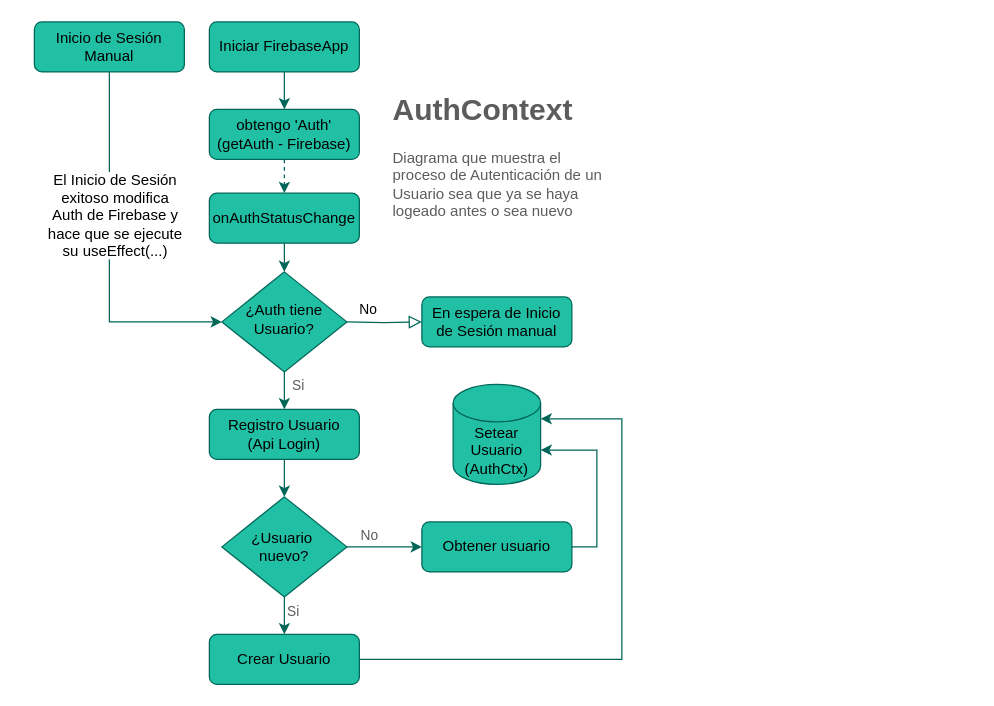
The draw.io diagram Auth Process.drawio in ariel0000/bar-app-diagrams, before the edit. Source tidied: cells renumbered, new cells numbered last; positions are measured from the earlier drawing's top-left corner, leaving out a move shared by most shapes. Both pictures are drawn from the tidied source at 125%, with x=0, y=0 at pixel (34, 21).
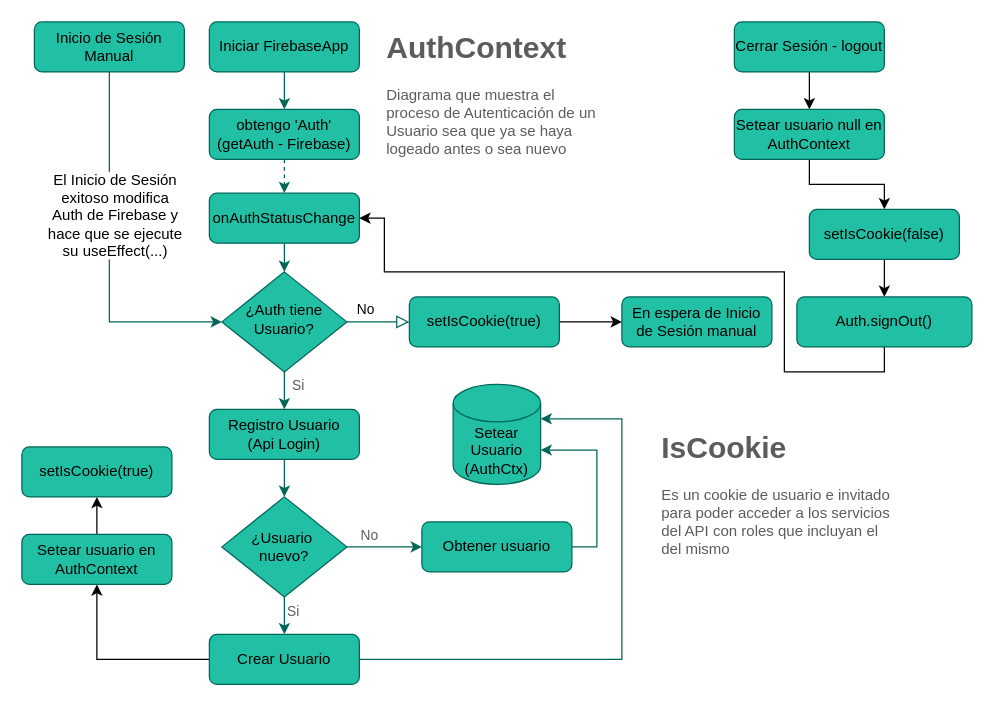
The same page after the edit.

The change refers to these unchanged cells:
```xml
<mxCell id="8" value="¿Auth tiene Usuario?" style="rhombus;whiteSpace=wrap;html=1;shadow=0;fontFamily=Helvetica;fontSize=12;align=center;strokeWidth=1;spacing=6;spacingTop=-4;labelBackgroundColor=none;fillColor=#21C0A5;strokeColor=#006658;fontColor=default;" parent="1" vertex="1">
  <mxGeometry x="150" y="200" width="100" height="80" as="geometry" />
</mxCell>
<mxCell id="20" value="Crear Usuario" style="rounded=1;whiteSpace=wrap;html=1;fontSize=12;glass=0;strokeWidth=1;shadow=0;labelBackgroundColor=none;fillColor=#21C0A5;strokeColor=#006658;fontColor=default;" parent="1" vertex="1">
  <mxGeometry x="140" y="490" width="120" height="40" as="geometry" />
</mxCell>
<mxCell id="26" value="onAuthStatusChange" style="rounded=1;whiteSpace=wrap;html=1;fontSize=12;glass=0;strokeWidth=1;shadow=0;labelBackgroundColor=none;fillColor=#21C0A5;strokeColor=#006658;fontColor=default;" parent="1" vertex="1">
  <mxGeometry x="140" y="137" width="120" height="40" as="geometry" />
</mxCell>
```

What changed in the source:
```diff
@@
-    <mxCell id="5" value="No" style="edgeStyle=orthogonalEdgeStyle;rounded=0;html=1;jettySize=auto;fontSize=11;endArrow=block;endFill=0;endSize=8;strokeWidth=1;shadow=0;labelBackgroundColor=none;entryX=0;entryY=0.5;entryDx=0;entryDy=0;strokeColor=#006658;fontColor=default;" parent="1" edge="1" target="9">
-      <mxGeometry x="-0.4" y="10" relative="1" as="geometry">
-        <mxPoint x="249" y="240" as="sourcePoint" />
-      </mxGeometry>
+    <mxCell id="5" value="No" style="edgeStyle=orthogonalEdgeStyle;rounded=0;html=1;jettySize=auto;fontSize=11;endArrow=block;endFill=0;endSize=8;strokeWidth=1;shadow=0;labelBackgroundColor=none;strokeColor=#006658;fontColor=default;exitX=1;exitY=0.5;exitDx=0;exitDy=0;entryX=0;entryY=0.5;entryDx=0;entryDy=0;" parent="1" edge="1" source="8" target="31">
+      <mxGeometry x="-0.4" y="10" relative="1" as="geometry" />
     </mxCell>
@@
     <mxCell id="9" value="En espera de Inicio de Sesión manual" style="rounded=1;whiteSpace=wrap;html=1;fontSize=12;glass=0;strokeWidth=1;shadow=0;labelBackgroundColor=none;fillColor=#21C0A5;strokeColor=#006658;fontColor=default;" parent="1" vertex="1">
-      <mxGeometry x="310" y="220" width="120" height="40" as="geometry" />
+      <mxGeometry x="470" y="220" width="120" height="40" as="geometry" />
     </mxCell>
     <mxCell id="10" value="&lt;h1 style=&quot;margin-top: 0px;&quot;&gt;AuthContext&lt;/h1&gt;&lt;p&gt;Diagrama que muestra el proceso de Autenticación de un Usuario sea que ya se haya logeado antes o sea nuevo&lt;/p&gt;" style="text;html=1;whiteSpace=wrap;overflow=hidden;rounded=0;labelBackgroundColor=none;fontColor=#5C5C5C;" parent="1" vertex="1">
-      <mxGeometry x="285" y="50" width="180" height="120" as="geometry" />
+      <mxGeometry x="280" width="180" height="120" as="geometry" />
     </mxCell>
@@
+    <mxCell id="29" style="edgeStyle=orthogonalEdgeStyle;rounded=0;jettySize=auto;html=1;exitX=0;exitY=0.5;exitDx=0;exitDy=0;entryX=0.5;entryY=1;entryDx=0;entryDy=0;" parent="1" edge="1" source="20" target="35">
+      <mxGeometry relative="1" as="geometry" />
+    </mxCell>
@@
+    <mxCell id="30" style="edgeStyle=orthogonalEdgeStyle;rounded=0;jettySize=auto;html=1;exitX=1;exitY=0.5;exitDx=0;exitDy=0;entryX=0;entryY=0.5;entryDx=0;entryDy=0;" parent="1" edge="1" source="31" target="9">
+      <mxGeometry relative="1" as="geometry" />
+    </mxCell>
+    <mxCell id="31" value="setIsCookie(true)" style="rounded=1;whiteSpace=wrap;html=1;fontSize=12;glass=0;strokeWidth=1;shadow=0;labelBackgroundColor=none;fillColor=#21C0A5;strokeColor=#006658;fontColor=default;" parent="1" vertex="1">
+      <mxGeometry x="300" y="220" width="120" height="40" as="geometry" />
+    </mxCell>
+    <mxCell id="32" style="edgeStyle=orthogonalEdgeStyle;rounded=0;jettySize=auto;html=1;exitX=0.5;exitY=1;exitDx=0;exitDy=0;entryX=0.5;entryY=0;entryDx=0;entryDy=0;" parent="1" edge="1" source="33" target="37">
+      <mxGeometry relative="1" as="geometry" />
+    </mxCell>
+    <mxCell id="33" value="Cerrar Sesión - logout" style="rounded=1;whiteSpace=wrap;html=1;fontSize=12;glass=0;strokeWidth=1;shadow=0;labelBackgroundColor=none;fillColor=#21C0A5;strokeColor=#006658;fontColor=default;" parent="1" vertex="1">
+      <mxGeometry x="560" width="120" height="40" as="geometry" />
+    </mxCell>
+    <mxCell id="34" style="edgeStyle=orthogonalEdgeStyle;rounded=0;jettySize=auto;html=1;exitX=0.5;exitY=0;exitDx=0;exitDy=0;entryX=0.5;entryY=1;entryDx=0;entryDy=0;" parent="1" edge="1" source="35" target="42">
+      <mxGeometry relative="1" as="geometry" />
+    </mxCell>
+    <mxCell id="35" value="Setear usuario en AuthContext" style="rounded=1;whiteSpace=wrap;html=1;fontSize=12;glass=0;strokeWidth=1;shadow=0;labelBackgroundColor=none;fillColor=#21C0A5;strokeColor=#006658;fontColor=default;" parent="1" vertex="1">
+      <mxGeometry x="-10" y="410" width="120" height="40" as="geometry" />
+    </mxCell>
+    <mxCell id="36" style="edgeStyle=orthogonalEdgeStyle;rounded=0;jettySize=auto;html=1;exitX=0.5;exitY=1;exitDx=0;exitDy=0;entryX=0.5;entryY=0;entryDx=0;entryDy=0;" parent="1" edge="1" source="37" target="39">
+      <mxGeometry relative="1" as="geometry" />
+    </mxCell>
+    <mxCell id="37" value="Setear usuario null en AuthContext" style="rounded=1;whiteSpace=wrap;html=1;fontSize=12;glass=0;strokeWidth=1;shadow=0;labelBackgroundColor=none;fillColor=#21C0A5;strokeColor=#006658;fontColor=default;" parent="1" vertex="1">
+      <mxGeometry x="560" y="70" width="120" height="40" as="geometry" />
+    </mxCell>
+    <mxCell id="38" style="edgeStyle=orthogonalEdgeStyle;rounded=0;jettySize=auto;html=1;exitX=0.5;exitY=1;exitDx=0;exitDy=0;entryX=0.5;entryY=0;entryDx=0;entryDy=0;" parent="1" edge="1" source="39" target="41">
+      <mxGeometry relative="1" as="geometry" />
+    </mxCell>
+    <mxCell id="39" value="setIsCookie(false)" style="rounded=1;whiteSpace=wrap;html=1;fontSize=12;glass=0;strokeWidth=1;shadow=0;labelBackgroundColor=none;fillColor=#21C0A5;strokeColor=#006658;fontColor=default;" parent="1" vertex="1">
+      <mxGeometry x="620" y="150" width="120" height="40" as="geometry" />
+    </mxCell>
+    <mxCell id="40" style="edgeStyle=orthogonalEdgeStyle;rounded=0;jettySize=auto;html=1;exitX=0.5;exitY=1;exitDx=0;exitDy=0;entryX=1;entryY=0.5;entryDx=0;entryDy=0;" parent="1" edge="1" source="41" target="26">
+      <mxGeometry relative="1" as="geometry">
+        <Array as="points">
+          <mxPoint x="680" y="280" />
+          <mxPoint x="600" y="280" />
+          <mxPoint x="600" y="200" />
+          <mxPoint x="280" y="200" />
+          <mxPoint x="280" y="157" />
+        </Array>
+      </mxGeometry>
+    </mxCell>
+    <mxCell id="41" value="Auth.signOut()" style="rounded=1;whiteSpace=wrap;html=1;fontSize=12;glass=0;strokeWidth=1;shadow=0;labelBackgroundColor=none;fillColor=#21C0A5;strokeColor=#006658;fontColor=default;" parent="1" vertex="1">
+      <mxGeometry x="610" y="220" width="140" height="40" as="geometry" />
+    </mxCell>
+    <mxCell id="42" value="setIsCookie(true)" style="rounded=1;whiteSpace=wrap;html=1;fontSize=12;glass=0;strokeWidth=1;shadow=0;labelBackgroundColor=none;fillColor=#21C0A5;strokeColor=#006658;fontColor=default;" parent="1" vertex="1">
+      <mxGeometry x="-10" y="340" width="120" height="40" as="geometry" />
+    </mxCell>
+    <mxCell id="43" value="&lt;h1 style=&quot;margin-top: 0px;&quot;&gt;IsCookie&lt;/h1&gt;&lt;p&gt;Es un cookie de usuario e invitado para poder acceder a los servicios del API con roles que incluyan el del mismo&lt;/p&gt;" style="text;html=1;whiteSpace=wrap;overflow=hidden;rounded=0;labelBackgroundColor=none;fontColor=#5C5C5C;" parent="1" vertex="1">
+      <mxGeometry x="500" y="320" width="190" height="120" as="geometry" />
+    </mxCell>
```
